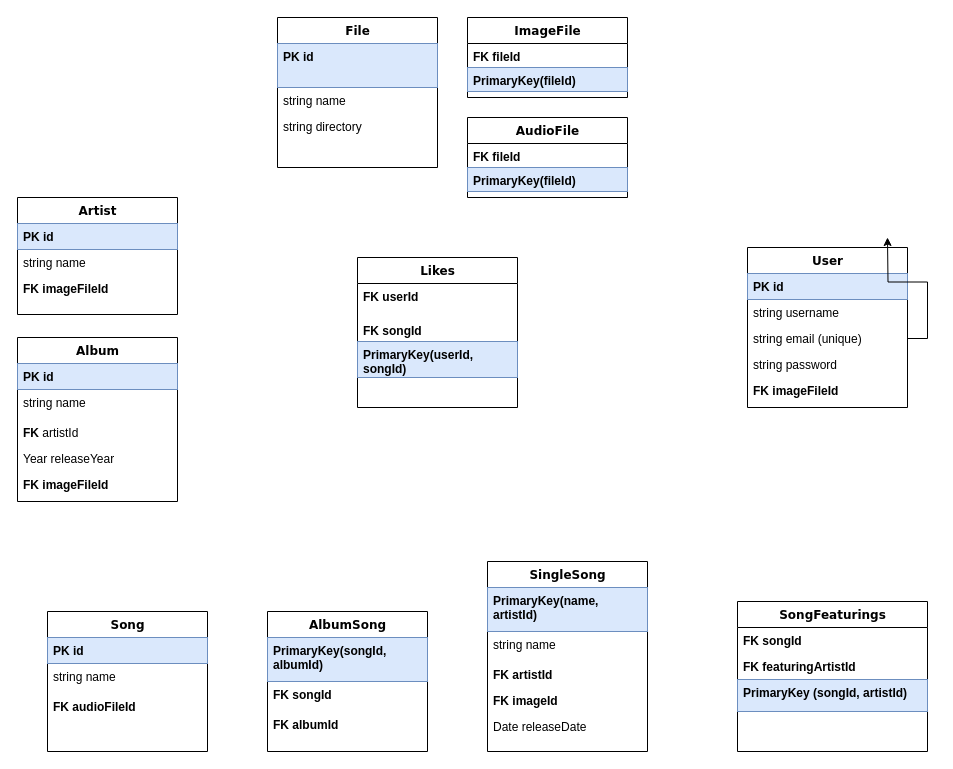
mohamedatef98/music-app keeps this draw.io diagram as ERD.drawio. Above is the earlier version. Source tidied: cells renumbered, new cells numbered last; positions are measured from the earlier drawing's top-left corner, leaving out a move shared by most shapes. Both pictures are drawn from the tidied source at 100%, with x=0, y=0 at pixel (17, 17).
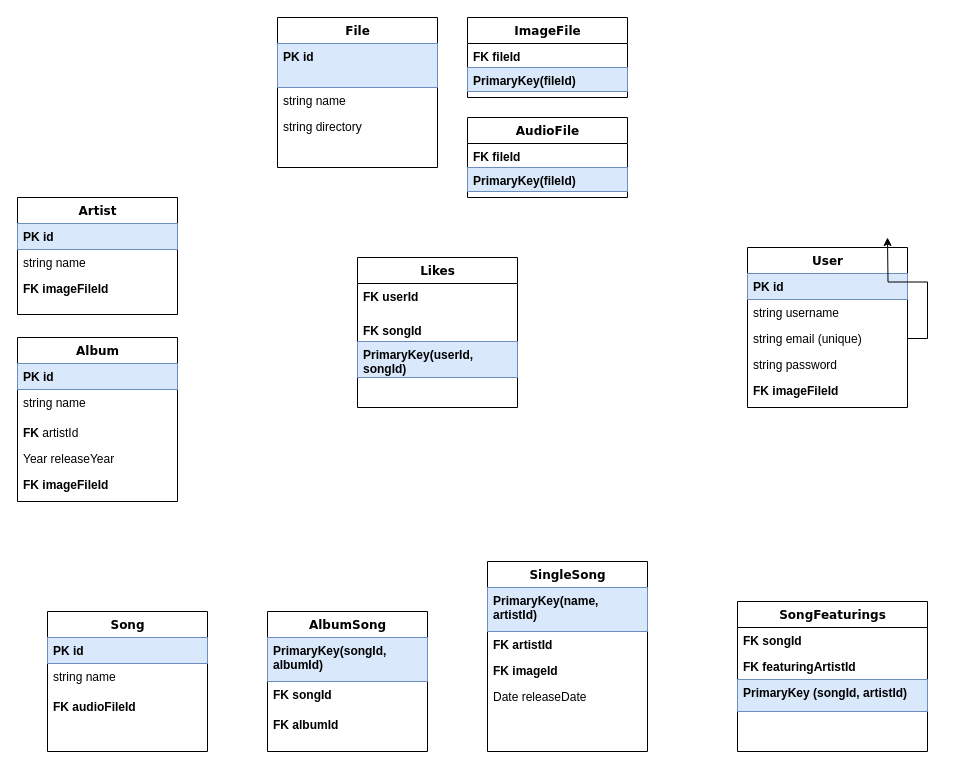
The same diagram, later.

Commit message:
Remove SingleSong (name) attribute from ERD

The change refers to these unchanged cells:
```xml
<mxCell id="18" value="SingleSong" style="swimlane;html=1;fontStyle=1;align=center;verticalAlign=top;horizontal=1;startSize=26;swimlaneFillColor=#ffffff;rounded=0;shadow=0;comic=0;labelBackgroundColor=none;strokeWidth=1;fillColor=none;fontFamily=Verdana;fontSize=12;fontColor=#000000;" parent="1" vertex="1">
  <mxGeometry x="470" y="544" width="160" height="190" as="geometry" />
</mxCell>
```

Diff of the diagram source:
```diff
@@
-    <mxCell id="20" value="string&amp;nbsp;name" style="text;html=1;strokeColor=none;fillColor=none;align=left;verticalAlign=top;spacingLeft=4;spacingRight=4;whiteSpace=wrap;overflow=hidden;fontColor=#000000;" parent="18" vertex="1">
-      <mxGeometry y="70" width="160" height="30" as="geometry" />
-    </mxCell>
     <mxCell id="21" value="&lt;b&gt;FK artistId&lt;/b&gt;" style="text;html=1;strokeColor=none;fillColor=none;align=left;verticalAlign=top;spacingLeft=4;spacingRight=4;whiteSpace=wrap;overflow=hidden;fontColor=#000000;" parent="18" vertex="1">
-      <mxGeometry y="100" width="160" height="26" as="geometry" />
+      <mxGeometry y="70" width="160" height="26" as="geometry" />
     </mxCell>
     <mxCell id="22" value="&lt;b&gt;FK imageId&lt;/b&gt;" style="text;html=1;align=left;verticalAlign=top;spacingLeft=4;spacingRight=4;whiteSpace=wrap;overflow=hidden;fontColor=#000000;" parent="18" vertex="1">
-      <mxGeometry y="126" width="160" height="26" as="geometry" />
+      <mxGeometry y="96" width="160" height="26" as="geometry" />
     </mxCell>
     <mxCell id="23" value="Date releaseDate" style="text;html=1;strokeColor=none;fillColor=none;align=left;verticalAlign=top;spacingLeft=4;spacingRight=4;whiteSpace=wrap;overflow=hidden;fontColor=#000000;" parent="18" vertex="1">
-      <mxGeometry y="152" width="160" height="26" as="geometry" />
+      <mxGeometry y="122" width="160" height="26" as="geometry" />
     </mxCell>
```
